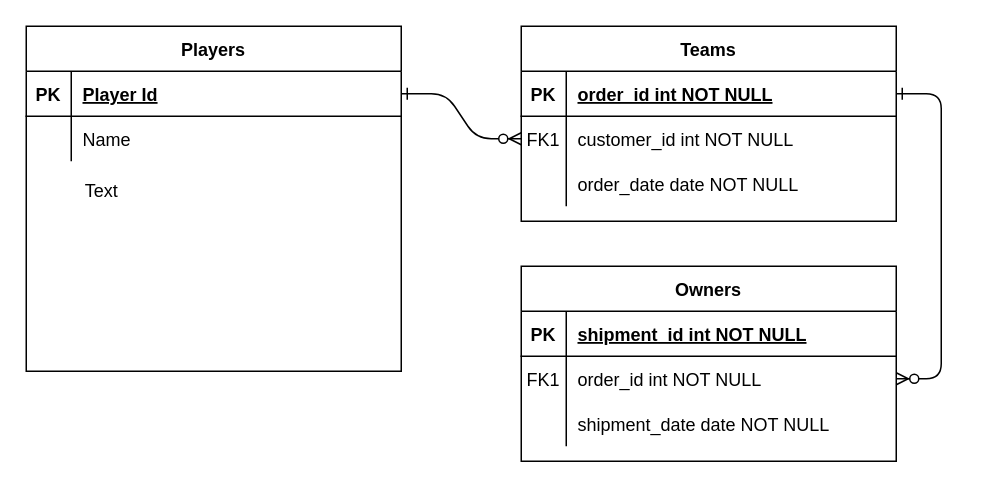
Before: Untitled Diagram.drawio in KyWilkinson/CapstoneProject, a draw.io diagram. Source tidied: cells renumbered, new cells numbered last; positions are measured from the earlier drawing's top-left corner, leaving out a move shared by most shapes. Both pictures are drawn from the tidied source at 150%, with x=0, y=0 at pixel (26, 26).
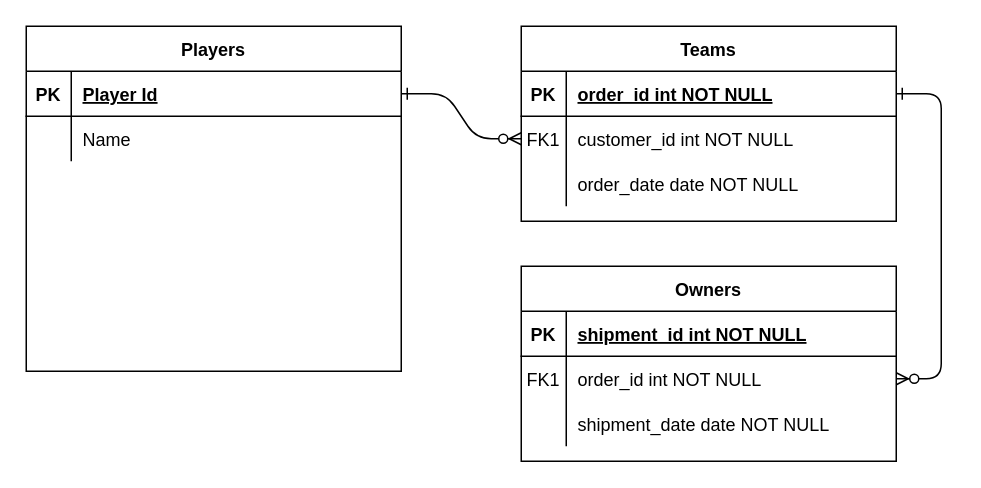
The same diagram, later.

What changed in the source:
```diff
@@
-    <mxCell id="31" value="Text" style="text;html=1;align=center;verticalAlign=middle;" parent="1" vertex="1">
-      <mxGeometry x="30" y="100" width="40" height="20" as="geometry" />
-    </mxCell>
```
